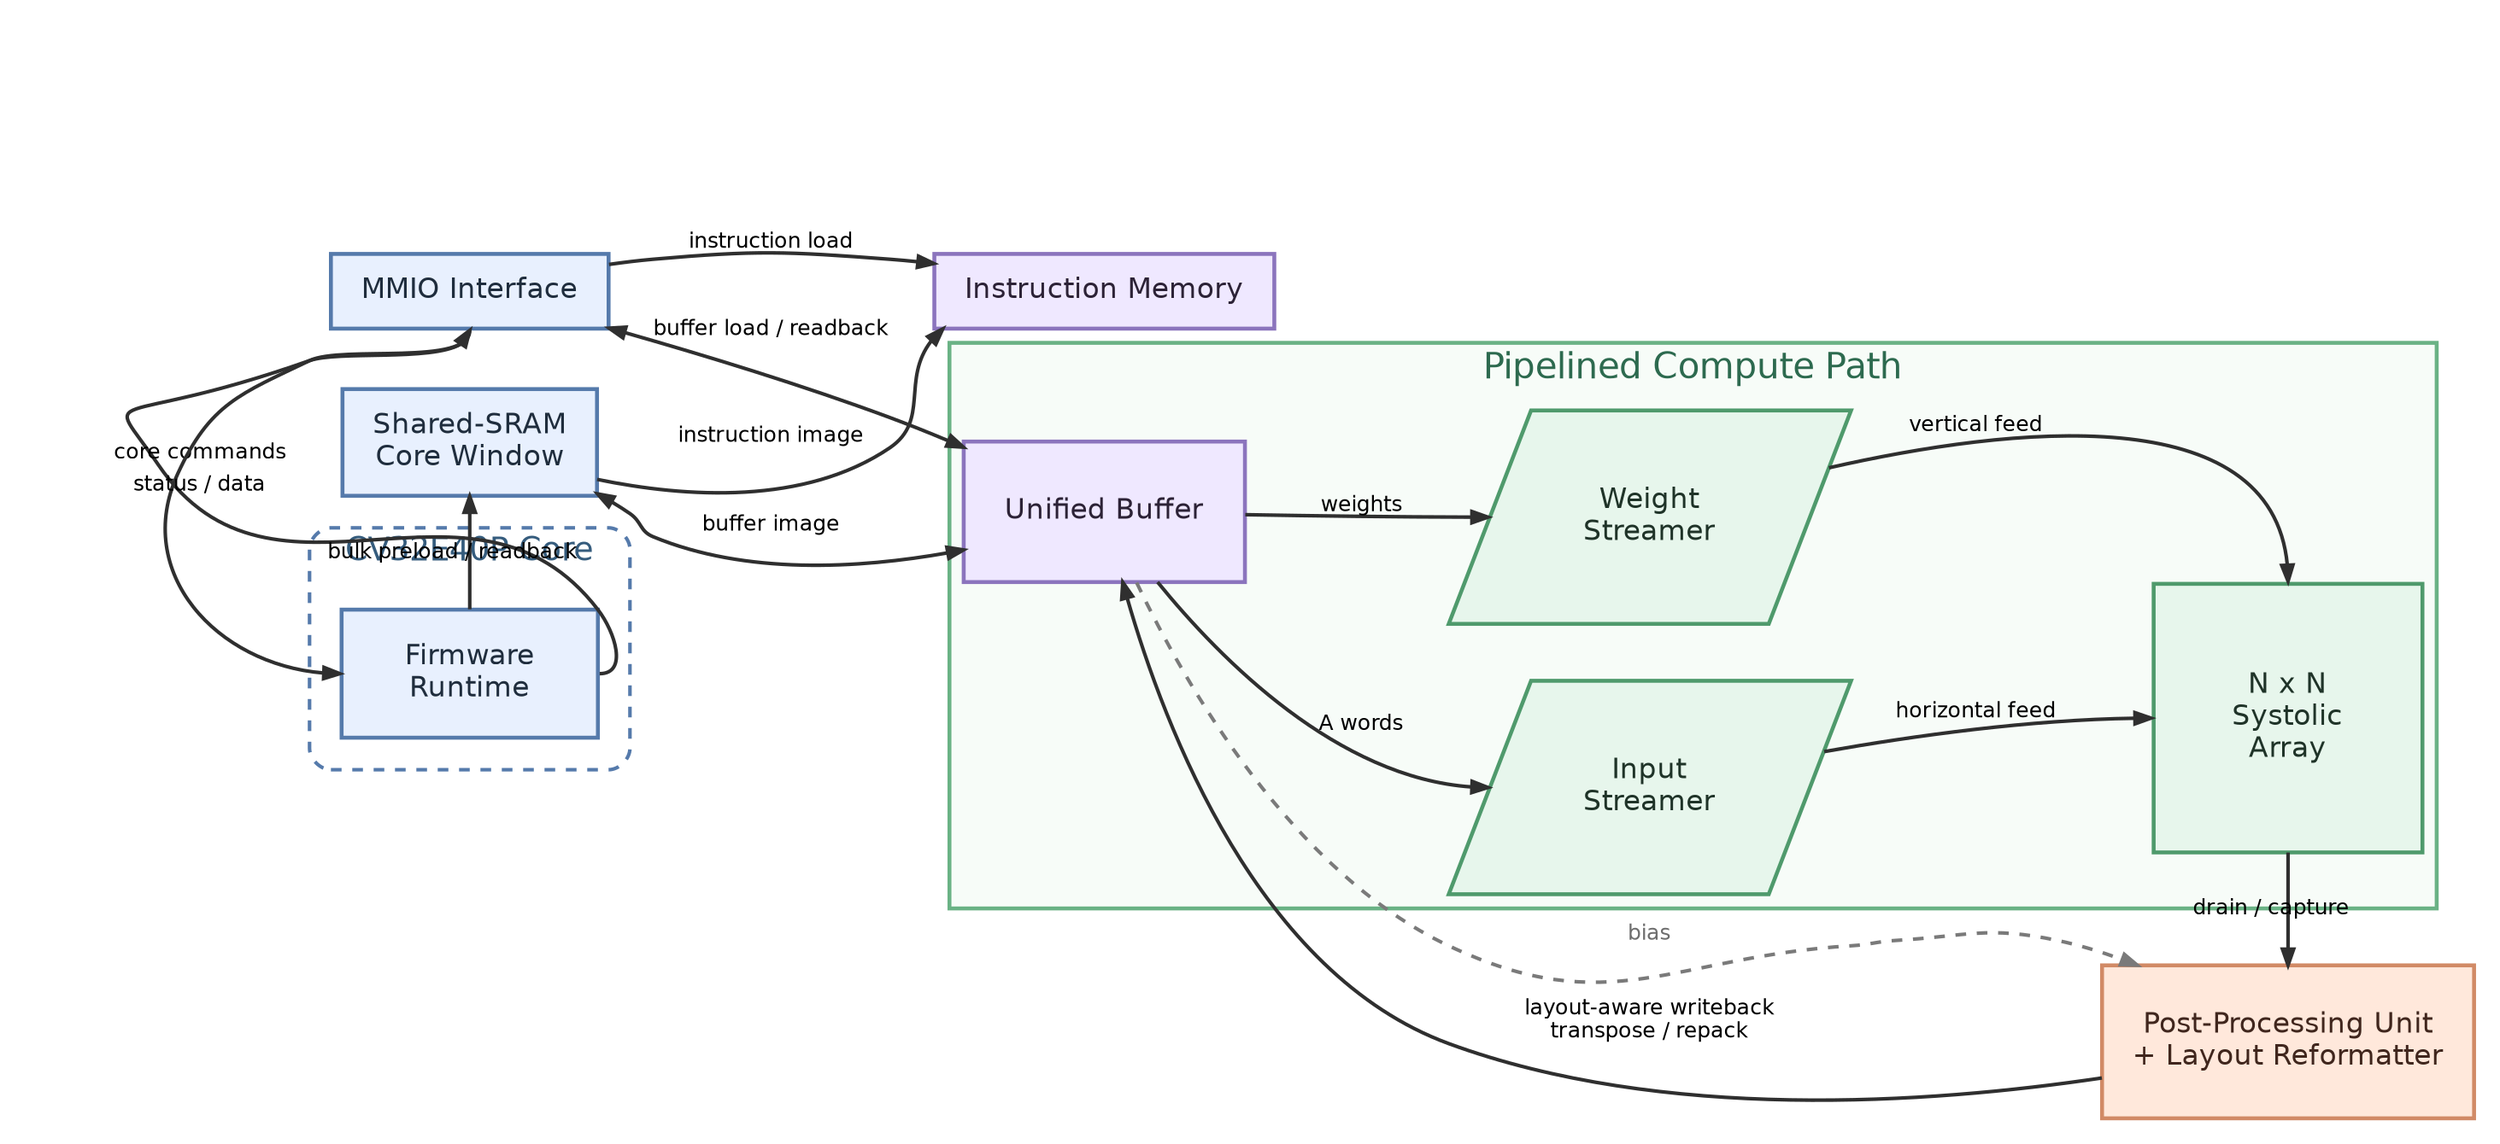
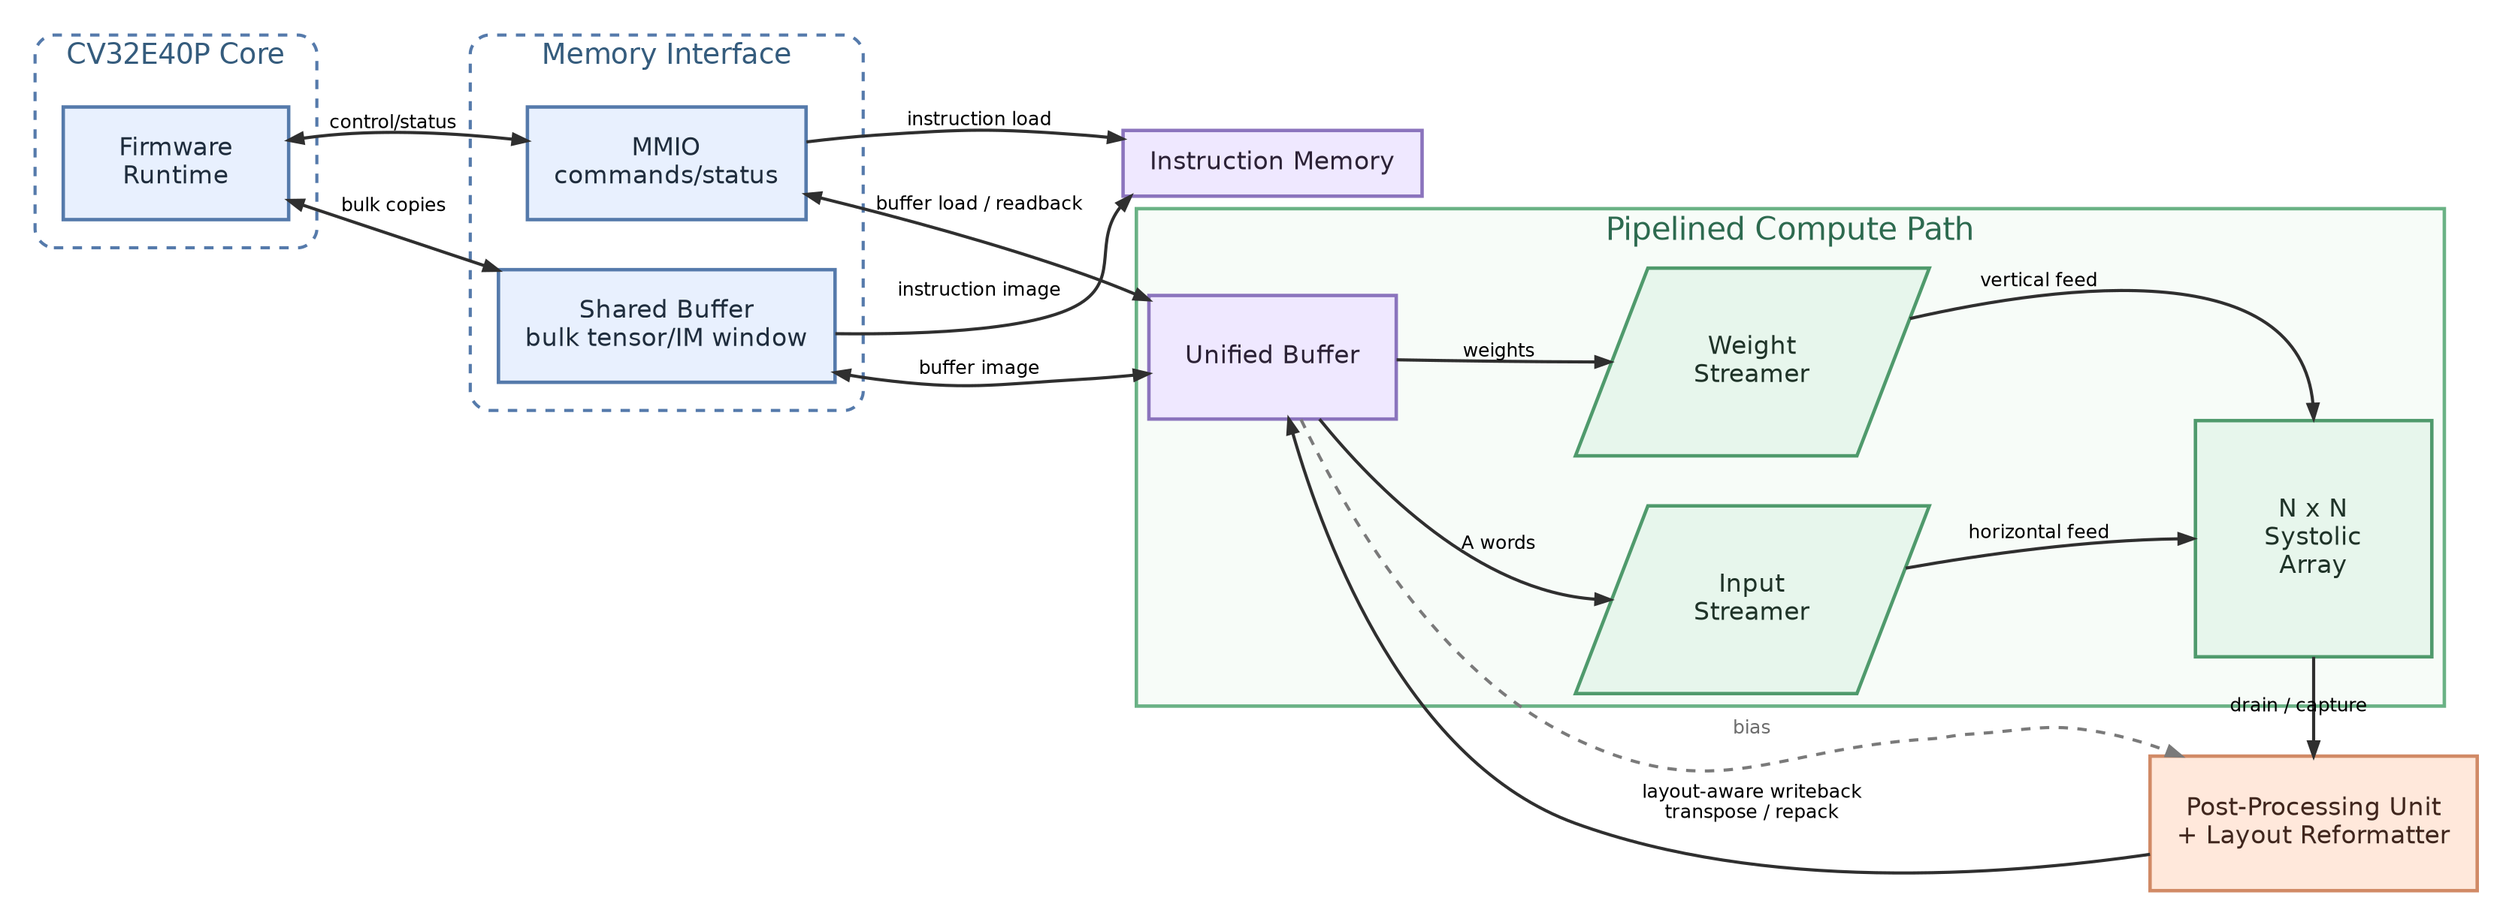
digraph TinyNPUArchitecture {
    graph [
        rankdir=LR,
        newrank=true,
        splines=true,
        pad=0.2,
        nodesep=0.45,
        ranksep=0.7,
        bgcolor="white",
        fontname="Helvetica",
        fontsize=20
    ];

    node [
        shape=box,
        style="filled",
        fontname="Helvetica",
        fontsize=16,
        penwidth=2.2,
        margin="0.24,0.16"
    ];

    edge [
        fontname="Helvetica",
        fontsize=12,
        color="#2f2f2f",
        penwidth=2.0,
        arrowsize=0.9,
        labeldistance=2.0
    ];

    subgraph cluster_core {
        label="CV32E40P Core";
        color="#557aab";
        penwidth=2.0;
        style="rounded,dashed";
        fillcolor="white";
        fontcolor="#355c7d";
        fontsize=18;
        margin="18,30";

        Runtime [label="Firmware\nRuntime", fillcolor="#e8f0fe", color="#557aab", fontcolor="#1f2d3d", width=2.0, height=1.0];
    }
-     MMIO [label="MMIO Interface", fillcolor="#e8f0fe", color="#557aab", fontcolor="#1f2d3d"];
-     Shared [label="Shared-SRAM\nCore Window", fillcolor="#e8f0fe", color="#557aab", fontcolor="#1f2d3d"];
+ 
+     subgraph cluster_memory_interface {
+         label="Memory Interface";
+         color="#557aab";
+         penwidth=2.0;
+         style="rounded,dashed";
+         fillcolor="white";
+         fontcolor="#355c7d";
+         fontsize=18;
+         margin="18,30";
+ 
+         MMIO [label="MMIO\ncommands/status", fillcolor="#e8f0fe", color="#557aab", fontcolor="#1f2d3d", width=2.0, height=1.0];
+         Shared [label="Shared Buffer\nbulk tensor/IM window", fillcolor="#e8f0fe", color="#557aab", fontcolor="#1f2d3d", width=2.4, height=1.0];
+     }
+ 
    IM [label="Instruction Memory", fillcolor="#efe8ff", color="#8b74bd", fontcolor="#2c2236"];
-     RuntimeMMIOSpacer [label="", shape=point, width=0.18, height=0.01, style=invis];

    subgraph cluster_pipeline {
        label="Pipelined Compute Path";
        color="#6ab285";
        penwidth=2.2;
        style="filled";
        fillcolor="#f7fcf8";
        fontcolor="#2d6a4f";
        fontsize=20;

        UB [label="Unified Buffer", fillcolor="#efe8ff", color="#8b74bd", fontcolor="#2c2236", width=2.2, height=1.1];
        InStream [label="Input\nStreamer", shape=parallelogram, skew=0.4, fillcolor="#e7f6ec", color="#4f9a6c", fontcolor="#1f3328", width=2.0, height=1.1];
        WtStream [label="Weight\nStreamer", shape=parallelogram, skew=0.4, fillcolor="#e7f6ec", color="#4f9a6c", fontcolor="#1f3328", width=2.0, height=1.1];
        SA [label="N x N\nSystolic\nArray", shape=box, width=2.1, height=2.1, fixedsize=true, fillcolor="#e7f6ec", color="#4f9a6c", fontcolor="#1f3328"];

        UB -> InStream:w [label="A words"];
        UB -> WtStream:w [label="weights"];
        InStream -> SA:w [label="horizontal feed"];
        WtStream -> SA:n [label="vertical feed"];
    }

    PPU [label="Post-Processing Unit\n+ Layout Reformatter", fillcolor="#ffe8db", color="#d18a66", fontcolor="#40261d", width=2.6, height=1.2];

    { rank=min; Runtime; }
-     { rank=same; Runtime; RuntimeMMIOSpacer; MMIO; Shared; }
+     { rank=same; MMIO; Shared; }
    { rank=same; IM; UB; }
    { rank=same; SA; PPU; }

-     Runtime:e -> MMIO:s [minlen=2, label="core commands"];
-     MMIO:s -> Runtime:w [minlen=2, label="status / data"];
+     Runtime -> MMIO [dir=both, label="control/status"];
+     Runtime -> Shared [dir=both, label="bulk copies"];
    MMIO -> IM [label="instruction load"];
    MMIO -> UB [dir=both, label="buffer load / readback"];
-     Runtime -> Shared [label="bulk preload / readback"];
    Shared -> IM [label="instruction image"];
    Shared -> UB [dir=both, label="buffer image"];
    SA -> PPU [label="drain / capture", minlen=1];
    UB -> PPU [constraint=false, style=dashed, label="bias", fontcolor="#6e6e6e", color="#7a7a7a"];
    PPU -> UB [constraint=false, label="layout-aware writeback\ntranspose / repack"];

-     Runtime -> RuntimeMMIOSpacer [style=invis, minlen=2];
-     RuntimeMMIOSpacer -> MMIO [style=invis, minlen=2];
+     Runtime -> MMIO [style=invis, weight=60];
    MMIO -> IM [style=invis, weight=40];
    IM -> UB [style=invis, weight=20];
}
